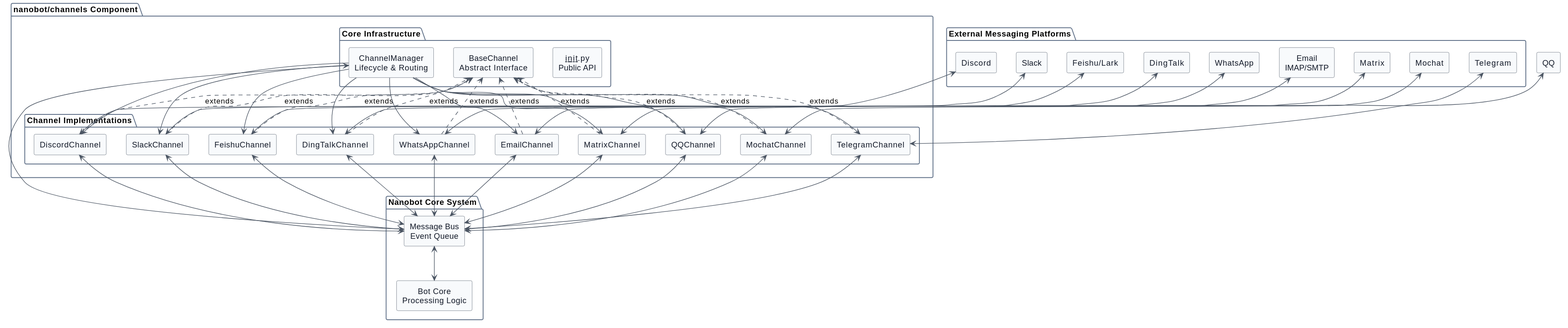
brunobrise/xfeat keeps this PlantUML diagram as examples/diagrams/019e9799c745d04d/diagram-13-3-architecture-diagram.svg. Above is the earlier version.
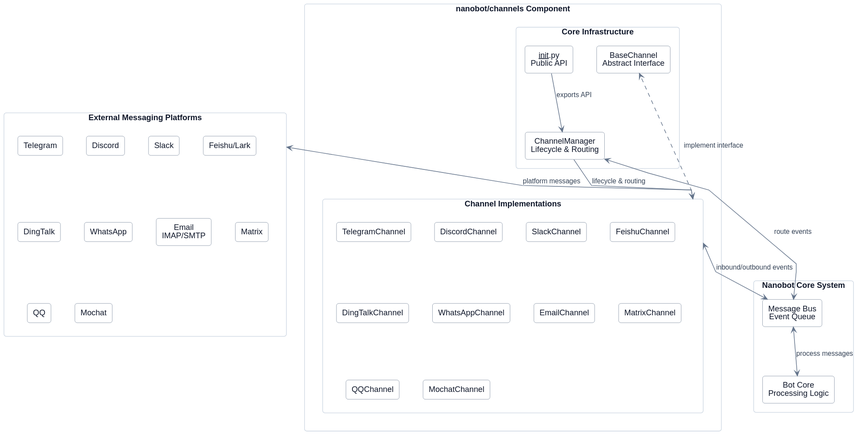
Later version of the same file.

Diff of the diagram source:
```diff
@@ -1,15 +1,5 @@
 @startuml
-skinparam backgroundColor transparent
-skinparam shadowing false
-skinparam defaultTextAlignment center
-skinparam ArrowColor #4b5563
-skinparam PackageBorderColor #64748b
-skinparam PackageBackgroundColor transparent
-skinparam rectangle {
-  BorderColor #4b5563
-  FontColor #111827
-  BackgroundColor #f8fafc
-}
+!include professional-theme.iuml
 top to bottom direction
 package "External Messaging Platforms" as External {
 rectangle "Telegram" as TG
@@ -20,13 +10,14 @@
 rectangle "WhatsApp" as WA
 rectangle "Email\nIMAP/SMTP" as EM
 rectangle "Matrix" as MX
+rectangle "QQ" as QQ
 rectangle "Mochat" as MC
 }
 package "nanobot/channels Component" as Channels {
 package "Core Infrastructure" as Core {
+rectangle "__init__.py\nPublic API" as INIT
 rectangle "BaseChannel\nAbstract Interface" as BC
 rectangle "ChannelManager\nLifecycle & Routing" as CM
-rectangle "__init__.py\nPublic API" as INIT
 }
 package "Channel Implementations" as Implementations {
 rectangle "TelegramChannel" as TG_C
@@ -45,47 +36,11 @@
 rectangle "Message Bus\nEvent Queue" as BUS
 rectangle "Bot Core\nProcessing Logic" as CORE
 }
-TG <--> TG_C
-DC <--> DC_C
-SL <--> SL_C
-FS <--> FS_C
-DT <--> DT_C
-WA <--> WA_C
-EM <--> EM_C
-MX <--> MX_C
-rectangle "QQ" as QQ
-QQ <--> QQ_C
-MC <--> MC_C
-TG_C ..> BC : extends
-DC_C ..> BC : extends
-SL_C ..> BC : extends
-FS_C ..> BC : extends
-DT_C ..> BC : extends
-WA_C ..> BC : extends
-EM_C ..> BC : extends
-MX_C ..> BC : extends
-QQ_C ..> BC : extends
-MC_C ..> BC : extends
-CM --> TG_C
-CM --> DC_C
-CM --> SL_C
-CM --> FS_C
-CM --> DT_C
-CM --> WA_C
-CM --> EM_C
-CM --> MX_C
-CM --> QQ_C
-CM --> MC_C
-TG_C <--> BUS
-DC_C <--> BUS
-SL_C <--> BUS
-FS_C <--> BUS
-DT_C <--> BUS
-WA_C <--> BUS
-EM_C <--> BUS
-MX_C <--> BUS
-QQ_C <--> BUS
-MC_C <--> BUS
-CM <--> BUS
-BUS <--> CORE
+External <--> Implementations : platform messages
+Implementations ..> BC : implement interface
+CM --> Implementations : lifecycle & routing
+Implementations <--> BUS : inbound/outbound events
+CM <--> BUS : route events
+BUS <--> CORE : process messages
+INIT --> CM : exports API
 @enduml
```
